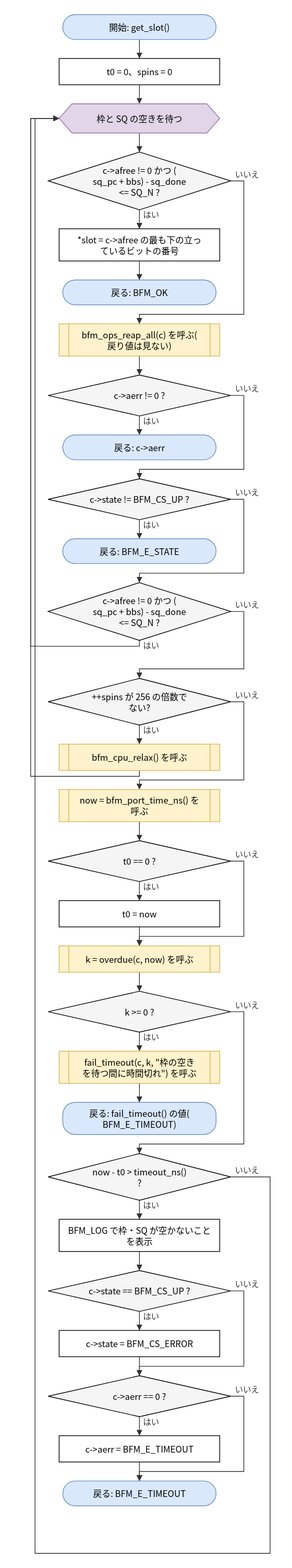
Before: doc/spec/images/flow_src_bfm_async-get_slot.drawio.svg, a diagram exported from draw.io (hf355051012-ai/bfmem). Source tidied: cells renumbered, new cells last; positions are measured from the earlier drawing's top-left corner, leaving out a move shared by most shapes.
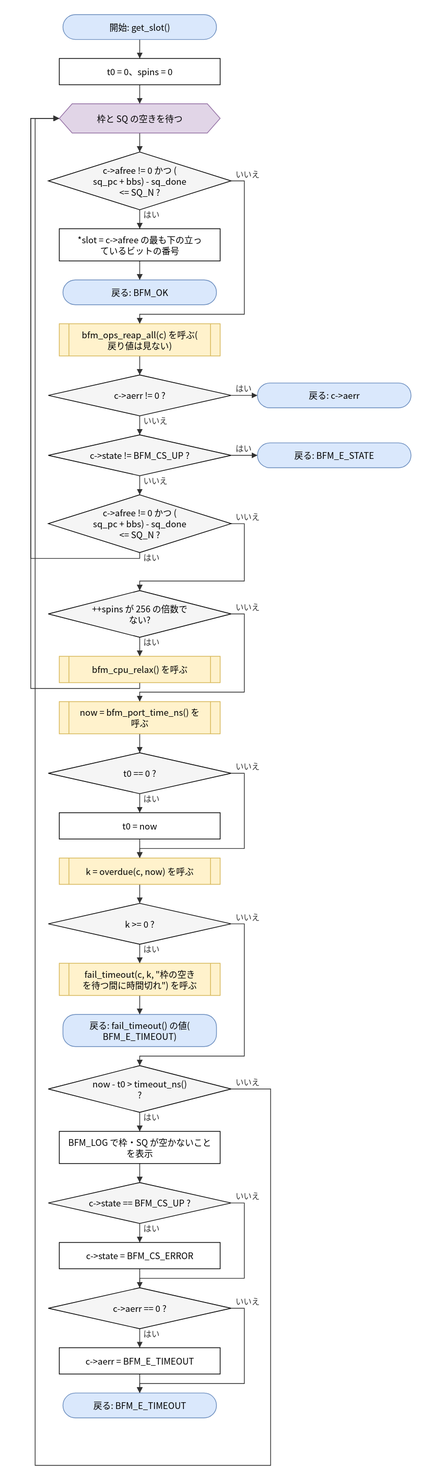
Later version of the same file.

Diff of the diagram source:
```diff
@@ -3,37 +3,37 @@
     <mxCell id="0" />
     <mxCell id="1" parent="0" />
     <mxCell id="2" value="開始: get_slot()" style="rounded=1;arcSize=50;whiteSpace=wrap;html=1;fillColor=#dae8fc;strokeColor=#6c8ebf;" parent="1" vertex="1">
-      <mxGeometry x="44" width="210" height="34" as="geometry" />
+      <mxGeometry x="44" y="120" width="210" height="34" as="geometry" />
     </mxCell>
     <mxCell id="3" value="t0 = 0、spins = 0" style="rounded=0;whiteSpace=wrap;html=1;" parent="1" vertex="1">
-      <mxGeometry x="39" y="60" width="220" height="36" as="geometry" />
+      <mxGeometry x="39" y="180" width="220" height="36" as="geometry" />
     </mxCell>
     <mxCell id="4" value="枠と SQ の空きを待つ" style="shape=hexagon;perimeter=hexagonPerimeter2;whiteSpace=wrap;html=1;size=0.08;fillColor=#e1d5e7;strokeColor=#9673a6;" parent="1" vertex="1">
-      <mxGeometry x="39" y="122" width="220" height="40" as="geometry" />
+      <mxGeometry x="39" y="242" width="220" height="40" as="geometry" />
     </mxCell>
     <mxCell id="5" value="c-&amp;gt;afree != 0 かつ (&lt;br&gt;sq_pc + bbs) - sq_done&lt;br&gt;&amp;lt;= SQ_N ?" style="rhombus;whiteSpace=wrap;html=1;fillColor=#f5f5f5;" parent="1" vertex="1">
-      <mxGeometry x="24" y="188" width="250" height="79" as="geometry" />
+      <mxGeometry x="24" y="308" width="250" height="79" as="geometry" />
     </mxCell>
     <mxCell id="6" value="*slot = c-&amp;gt;afree の最も下の立っ&lt;br&gt;ているビットの番号" style="rounded=0;whiteSpace=wrap;html=1;" parent="1" vertex="1">
-      <mxGeometry x="39" y="293" width="220" height="44" as="geometry" />
+      <mxGeometry x="39" y="413" width="220" height="44" as="geometry" />
     </mxCell>
     <mxCell id="7" value="戻る: BFM_OK" style="rounded=1;arcSize=50;whiteSpace=wrap;html=1;fillColor=#dae8fc;strokeColor=#6c8ebf;" parent="1" vertex="1">
-      <mxGeometry x="44" y="363" width="210" height="34" as="geometry" />
+      <mxGeometry x="44" y="483" width="210" height="34" as="geometry" />
     </mxCell>
     <mxCell id="8" value="bfm_ops_reap_all(c) を呼ぶ(&lt;br&gt;戻り値は見ない)" style="shape=process;whiteSpace=wrap;html=1;backgroundOutline=1;size=0.06;fillColor=#fff2cc;strokeColor=#d6b656;" parent="1" vertex="1">
-      <mxGeometry x="39" y="423" width="220" height="44" as="geometry" />
+      <mxGeometry x="39" y="543" width="220" height="44" as="geometry" />
     </mxCell>
     <mxCell id="9" value="c-&amp;gt;aerr != 0 ?" style="rhombus;whiteSpace=wrap;html=1;fillColor=#f5f5f5;" parent="1" vertex="1">
-      <mxGeometry x="24" y="493" width="250" height="56" as="geometry" />
+      <mxGeometry x="24" y="613" width="250" height="56" as="geometry" />
     </mxCell>
     <mxCell id="10" value="戻る: c-&amp;gt;aerr" style="rounded=1;arcSize=50;whiteSpace=wrap;html=1;fillColor=#dae8fc;strokeColor=#6c8ebf;" parent="1" vertex="1">
-      <mxGeometry x="44" y="575" width="210" height="34" as="geometry" />
+      <mxGeometry x="310" y="624" width="210" height="34" as="geometry" />
     </mxCell>
     <mxCell id="11" value="c-&amp;gt;state != BFM_CS_UP ?" style="rhombus;whiteSpace=wrap;html=1;fillColor=#f5f5f5;" parent="1" vertex="1">
-      <mxGeometry x="24" y="635" width="250" height="56" as="geometry" />
+      <mxGeometry x="24" y="695" width="250" height="56" as="geometry" />
     </mxCell>
     <mxCell id="12" value="戻る: BFM_E_STATE" style="rounded=1;arcSize=50;whiteSpace=wrap;html=1;fillColor=#dae8fc;strokeColor=#6c8ebf;" parent="1" vertex="1">
-      <mxGeometry x="44" y="717" width="210" height="34" as="geometry" />
+      <mxGeometry x="310" y="706" width="210" height="34" as="geometry" />
     </mxCell>
     <mxCell id="13" value="c-&amp;gt;afree != 0 かつ (&lt;br&gt;sq_pc + bbs) - sq_done&lt;br&gt;&amp;lt;= SQ_N ?" style="rhombus;whiteSpace=wrap;html=1;fillColor=#f5f5f5;" parent="1" vertex="1">
       <mxGeometry x="24" y="777" width="250" height="79" as="geometry" />
@@ -104,38 +104,26 @@
     <mxCell id="35" value="いいえ" style="edgeStyle=none;html=1;rounded=0;endArrow=block;endFill=1;exitX=1.0000;exitY=0.5000;exitDx=0;exitDy=0;exitPerimeter=0;entryX=0.5000;entryY=0.0000;entryDx=0;entryDy=0;entryPerimeter=0;" parent="1" edge="1" source="5" target="8">
       <mxGeometry relative="1" as="geometry">
         <Array as="points">
-          <mxPoint x="292" y="227.5" />
-          <mxPoint x="292" y="410" />
-          <mxPoint x="149" y="410" />
+          <mxPoint x="292" y="347.5" />
+          <mxPoint x="292" y="530" />
+          <mxPoint x="149" y="530" />
         </Array>
       </mxGeometry>
     </mxCell>
     <mxCell id="36" style="edgeStyle=none;html=1;rounded=0;endArrow=block;endFill=1;exitX=0.5000;exitY=1.0000;exitDx=0;exitDy=0;exitPerimeter=0;entryX=0.5000;entryY=0.0000;entryDx=0;entryDy=0;entryPerimeter=0;" parent="1" edge="1" source="8" target="9">
       <mxGeometry relative="1" as="geometry" />
     </mxCell>
-    <mxCell id="37" value="はい" style="edgeStyle=none;html=1;rounded=0;endArrow=block;endFill=1;exitX=0.5000;exitY=1.0000;exitDx=0;exitDy=0;exitPerimeter=0;entryX=0.5000;entryY=0.0000;entryDx=0;entryDy=0;entryPerimeter=0;" parent="1" edge="1" source="9" target="10">
+    <mxCell id="37" value="はい" style="edgeStyle=none;html=1;rounded=0;endArrow=block;endFill=1;exitX=1.0000;exitY=0.5000;exitDx=0;exitDy=0;exitPerimeter=0;entryX=0.0000;entryY=0.5000;entryDx=0;entryDy=0;entryPerimeter=0;" parent="1" edge="1" source="9" target="10">
       <mxGeometry relative="1" as="geometry" />
     </mxCell>
-    <mxCell id="38" value="いいえ" style="edgeStyle=none;html=1;rounded=0;endArrow=block;endFill=1;exitX=1.0000;exitY=0.5000;exitDx=0;exitDy=0;exitPerimeter=0;entryX=0.5000;entryY=0.0000;entryDx=0;entryDy=0;entryPerimeter=0;" parent="1" edge="1" source="9" target="11">
-      <mxGeometry relative="1" as="geometry">
-        <Array as="points">
-          <mxPoint x="292" y="521" />
-          <mxPoint x="292" y="622" />
-          <mxPoint x="149" y="622" />
-        </Array>
-      </mxGeometry>
+    <mxCell id="38" value="いいえ" style="edgeStyle=none;html=1;rounded=0;endArrow=block;endFill=1;exitX=0.5000;exitY=1.0000;exitDx=0;exitDy=0;exitPerimeter=0;entryX=0.5000;entryY=0.0000;entryDx=0;entryDy=0;entryPerimeter=0;" parent="1" edge="1" source="9" target="11">
+      <mxGeometry relative="1" as="geometry" />
     </mxCell>
-    <mxCell id="39" value="はい" style="edgeStyle=none;html=1;rounded=0;endArrow=block;endFill=1;exitX=0.5000;exitY=1.0000;exitDx=0;exitDy=0;exitPerimeter=0;entryX=0.5000;entryY=0.0000;entryDx=0;entryDy=0;entryPerimeter=0;" parent="1" edge="1" source="11" target="12">
+    <mxCell id="39" value="はい" style="edgeStyle=none;html=1;rounded=0;endArrow=block;endFill=1;exitX=1.0000;exitY=0.5000;exitDx=0;exitDy=0;exitPerimeter=0;entryX=0.0000;entryY=0.5000;entryDx=0;entryDy=0;entryPerimeter=0;" parent="1" edge="1" source="11" target="12">
       <mxGeometry relative="1" as="geometry" />
     </mxCell>
-    <mxCell id="40" value="いいえ" style="edgeStyle=none;html=1;rounded=0;endArrow=block;endFill=1;exitX=1.0000;exitY=0.5000;exitDx=0;exitDy=0;exitPerimeter=0;entryX=0.5000;entryY=0.0000;entryDx=0;entryDy=0;entryPerimeter=0;" parent="1" edge="1" source="11" target="13">
-      <mxGeometry relative="1" as="geometry">
-        <Array as="points">
-          <mxPoint x="292" y="663" />
-          <mxPoint x="292" y="764" />
-          <mxPoint x="149" y="764" />
-        </Array>
-      </mxGeometry>
+    <mxCell id="40" value="いいえ" style="edgeStyle=none;html=1;rounded=0;endArrow=block;endFill=1;exitX=0.5000;exitY=1.0000;exitDx=0;exitDy=0;exitPerimeter=0;entryX=0.5000;entryY=0.0000;entryDx=0;entryDy=0;entryPerimeter=0;" parent="1" edge="1" source="11" target="13">
+      <mxGeometry relative="1" as="geometry" />
     </mxCell>
     <mxCell id="41" value="いいえ" style="edgeStyle=none;html=1;rounded=0;endArrow=block;endFill=1;exitX=1.0000;exitY=0.5000;exitDx=0;exitDy=0;exitPerimeter=0;entryX=0.5000;entryY=0.0000;entryDx=0;entryDy=0;entryPerimeter=0;" parent="1" edge="1" source="13" target="14">
       <mxGeometry relative="1" as="geometry">
@@ -236,7 +224,7 @@
           <mxPoint x="328" y="1590" />
           <mxPoint x="328" y="2105" />
           <mxPoint x="6" y="2105" />
-          <mxPoint x="6" y="142" />
+          <mxPoint x="6" y="262" />
         </Array>
       </mxGeometry>
     </mxCell>
@@ -245,7 +233,7 @@
         <Array as="points">
           <mxPoint x="149" y="864" />
           <mxPoint y="864" />
-          <mxPoint y="142" />
+          <mxPoint y="262" />
         </Array>
       </mxGeometry>
     </mxCell>
@@ -254,7 +242,7 @@
         <Array as="points">
           <mxPoint x="149" y="1042" />
           <mxPoint y="1042" />
-          <mxPoint y="142" />
+          <mxPoint y="262" />
         </Array>
       </mxGeometry>
     </mxCell>
```
